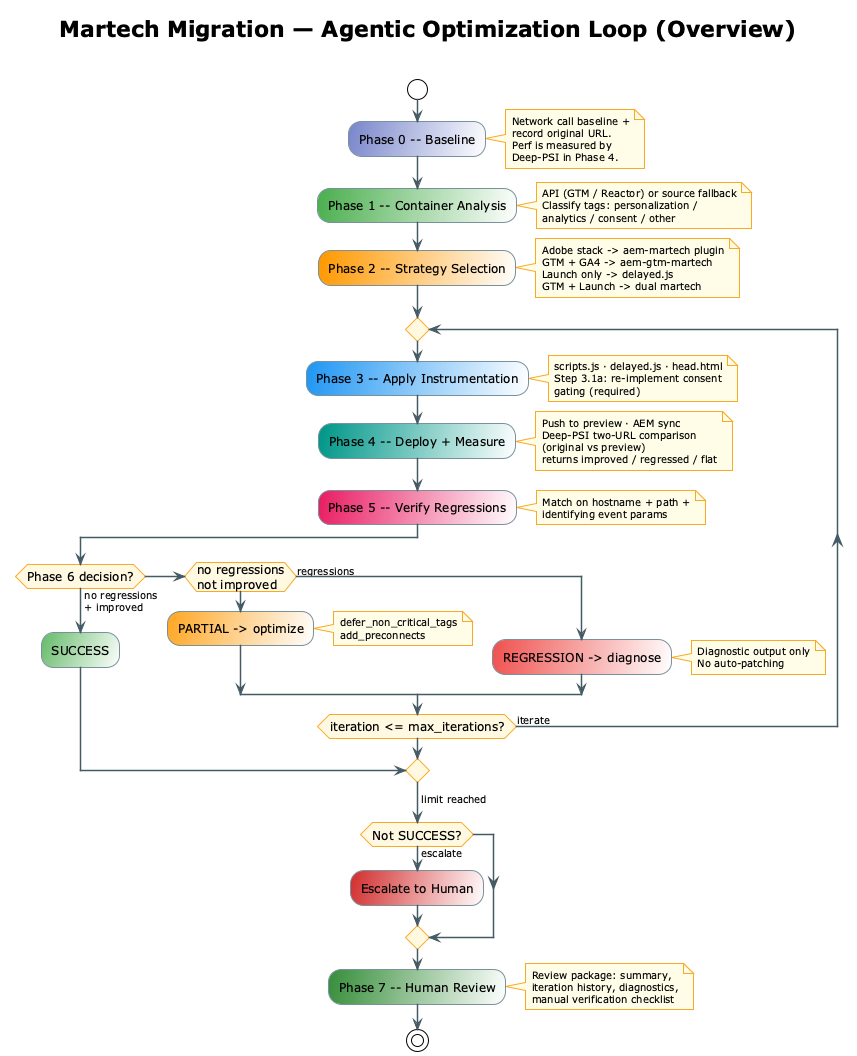
This is plugins/aem/edge-delivery-services/skills/backend-integration/workflows/agentic-loop-overview.png from asthabh23/skills, a PlantUML export, as it was before one commit.
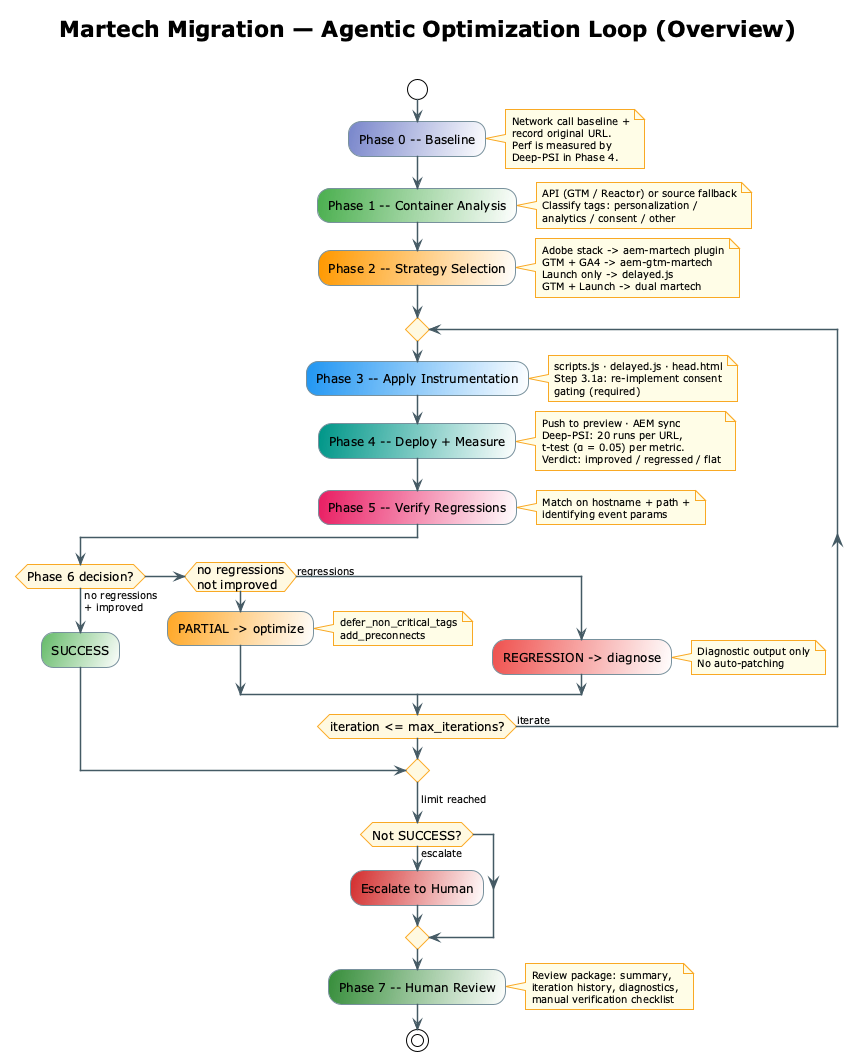
Later version of the same file.

Commit message:
docs(backend-integration): validate Deep-PSI integration against live tool

What changed in the source:
```diff
@@ -54,9 +54,9 @@
   :Phase 4 -- Deploy + Measure; <<#009688/white>>
   note right
     Push to preview · AEM sync
-    Deep-PSI two-URL comparison
-    (original vs preview)
-    returns improved / regressed / flat
+    Deep-PSI: 20 runs per URL,
+    t-test (α = 0.05) per metric.
+    Verdict: improved / regressed / flat
   end note
 
   :Phase 5 -- Verify Regressions; <<#E91E63/white>>
```
